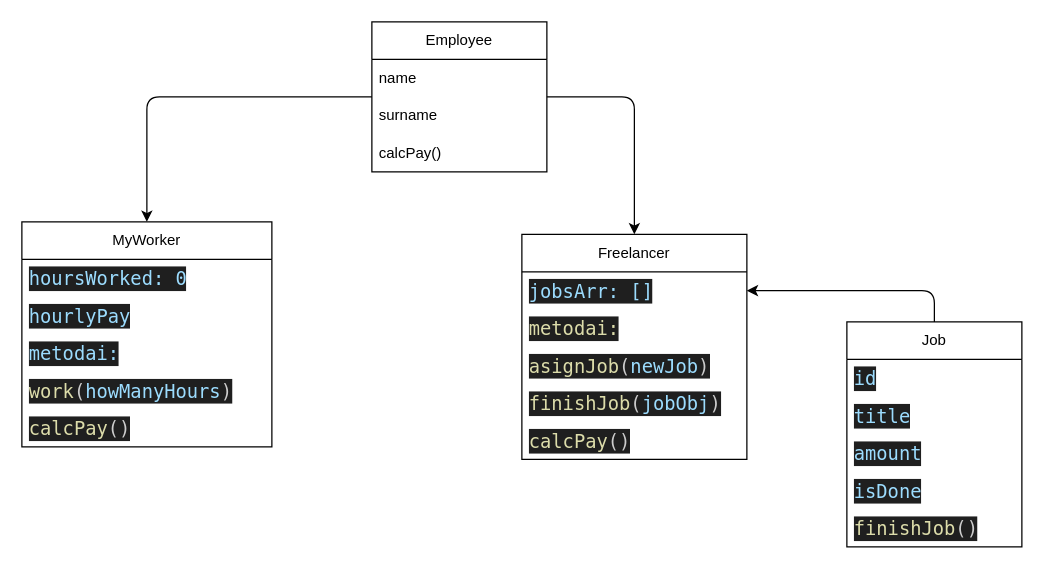
Earlier version of the draw.io diagram practice/draw.drawio (MariusCodeAcademy/Feu8_15_JS_OOP_Clases). Source tidied: cells renumbered, new cells numbered last; positions are measured from the earlier drawing's top-left corner, leaving out a move shared by most shapes. Both pictures are drawn from the tidied source at 125%, with x=0, y=0 at pixel (21, 21).
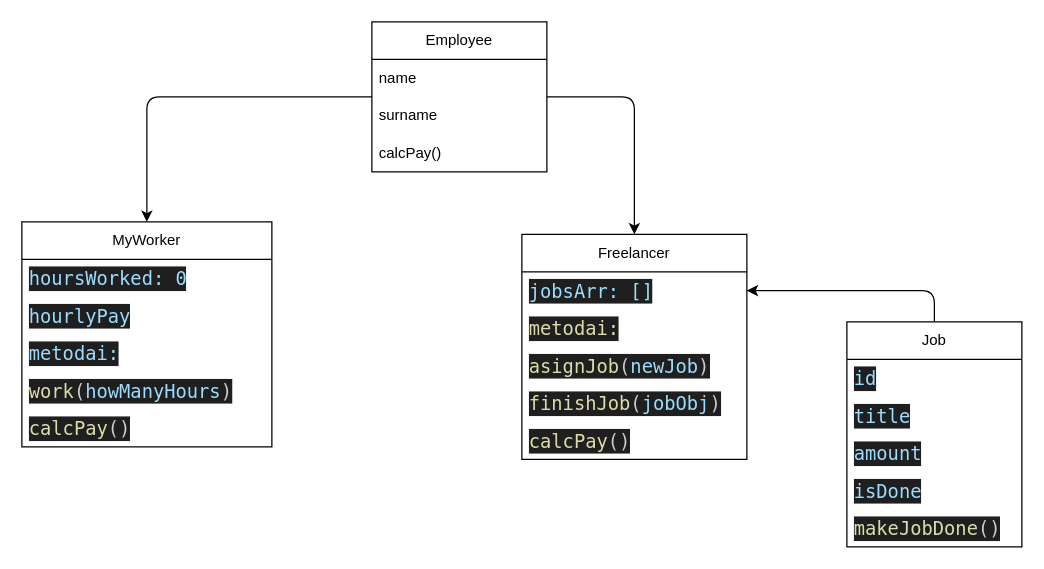
After the change.

Unchanged cells that the change refers to:
```xml
<mxCell id="21" value="Job" style="swimlane;fontStyle=0;horizontal=1;startSize=30;whiteSpace=wrap;html=1;" parent="1" vertex="1">
  <mxGeometry x="660" y="240" width="140" height="180" as="geometry" />
</mxCell>
```

What changed in the source:
```diff
@@
-    <mxCell id="26" value="&lt;div style=&quot;color: rgb(204, 204, 204); background-color: rgb(31, 31, 31); font-family: &amp;quot;Cascadia code PL&amp;quot;, Menlo, Monaco, &amp;quot;Courier New&amp;quot;, monospace, Consolas, &amp;quot;Courier New&amp;quot;, monospace; font-size: 15px; line-height: 20px;&quot;&gt;&lt;div style=&quot;line-height: 20px;&quot;&gt;&lt;div style=&quot;line-height: 20px;&quot;&gt;&lt;div style=&quot;line-height: 20px;&quot;&gt;&lt;span style=&quot;color: #dcdcaa;&quot;&gt;finishJob&lt;/span&gt;()&lt;/div&gt;&lt;/div&gt;&lt;/div&gt;&lt;/div&gt;" style="text;strokeColor=none;fillColor=none;align=left;verticalAlign=middle;spacingLeft=4;spacingRight=4;overflow=hidden;whiteSpace=wrap;html=1;" parent="21" vertex="1">
+    <mxCell id="26" value="&lt;div style=&quot;color: rgb(204, 204, 204); background-color: rgb(31, 31, 31); font-family: &amp;quot;Cascadia code PL&amp;quot;, Menlo, Monaco, &amp;quot;Courier New&amp;quot;, monospace, Consolas, &amp;quot;Courier New&amp;quot;, monospace; font-size: 15px; line-height: 20px;&quot;&gt;&lt;div style=&quot;line-height: 20px;&quot;&gt;&lt;div style=&quot;line-height: 20px;&quot;&gt;&lt;div style=&quot;line-height: 20px;&quot;&gt;&lt;div style=&quot;line-height: 20px;&quot;&gt;&lt;span style=&quot;color: #dcdcaa;&quot;&gt;makeJobDone&lt;/span&gt;()&lt;/div&gt;&lt;/div&gt;&lt;/div&gt;&lt;/div&gt;&lt;/div&gt;" style="text;strokeColor=none;fillColor=none;align=left;verticalAlign=middle;spacingLeft=4;spacingRight=4;overflow=hidden;whiteSpace=wrap;html=1;" parent="21" vertex="1">
       <mxGeometry y="150" width="140" height="30" as="geometry" />
     </mxCell>
```
